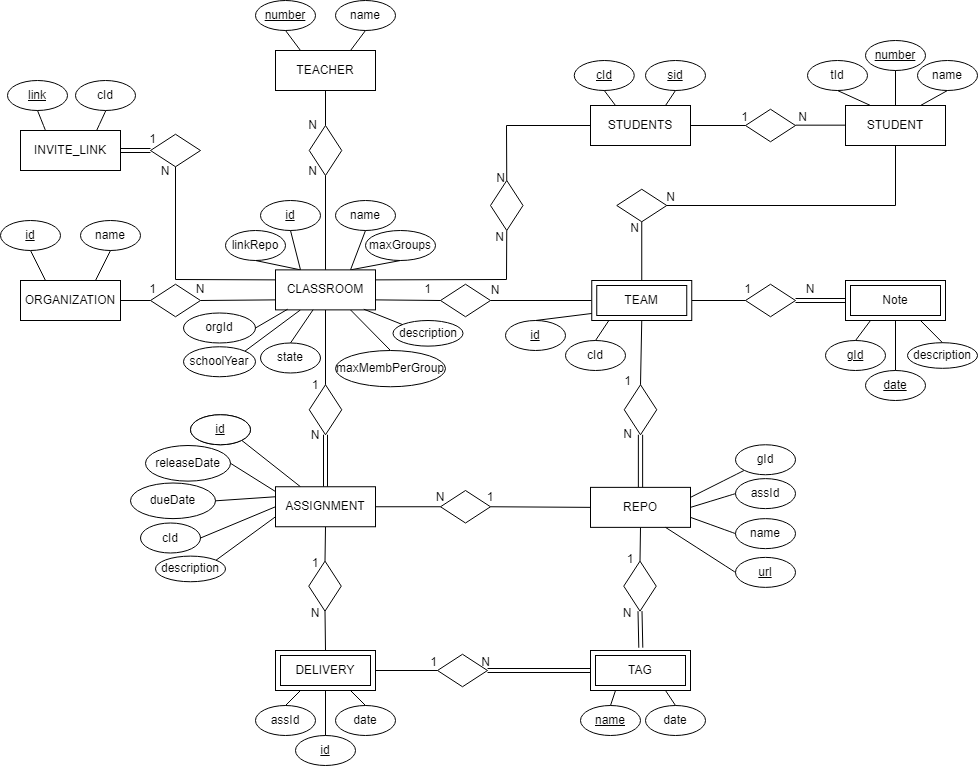
The draw.io diagram docs/data_model/data_model.png in i-on-project/teams, before a commit. Source tidied: cells renumbered, new cells last; positions are measured from the earlier drawing's top-left corner, leaving out a move shared by most shapes.
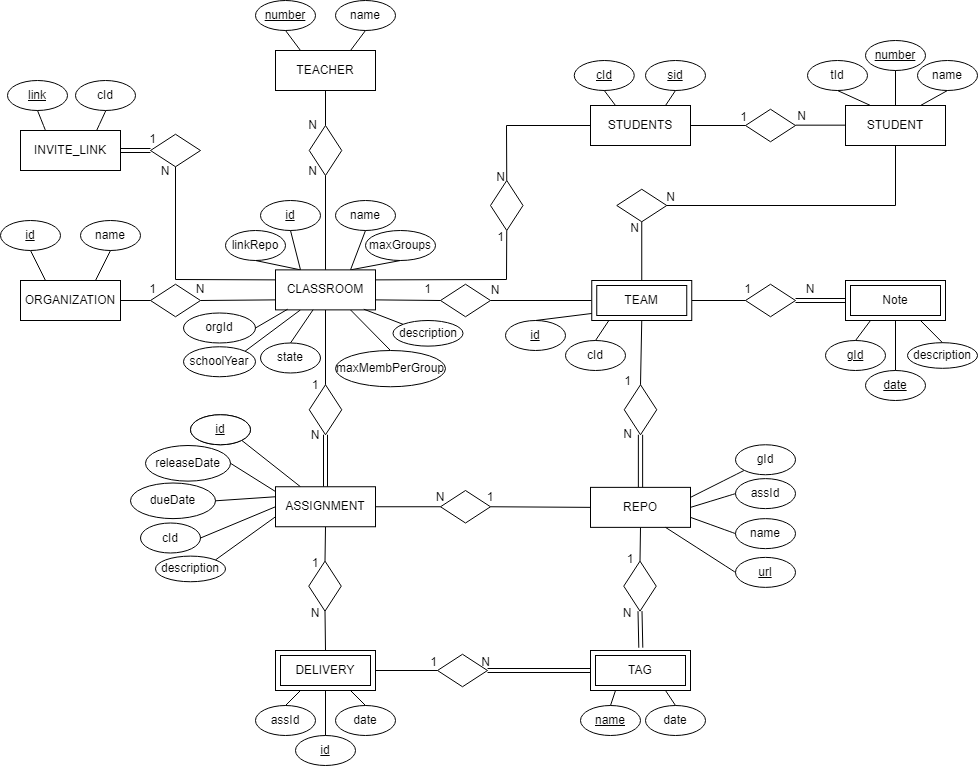
After the change.

Commit message:
Update data model.

What changed in the source:
```diff
@@ -430,7 +430,7 @@
         </Array>
       </mxGeometry>
     </mxCell>
-    <mxCell id="138" value="N" style="html=1;align=right;verticalAlign=bottom;" parent="137" vertex="1">
+    <mxCell id="138" value="1" style="html=1;align=right;verticalAlign=bottom;" parent="137" vertex="1">
       <mxGeometry x="1" relative="1" as="geometry">
         <mxPoint x="-2" y="15" as="offset" />
       </mxGeometry>
```
